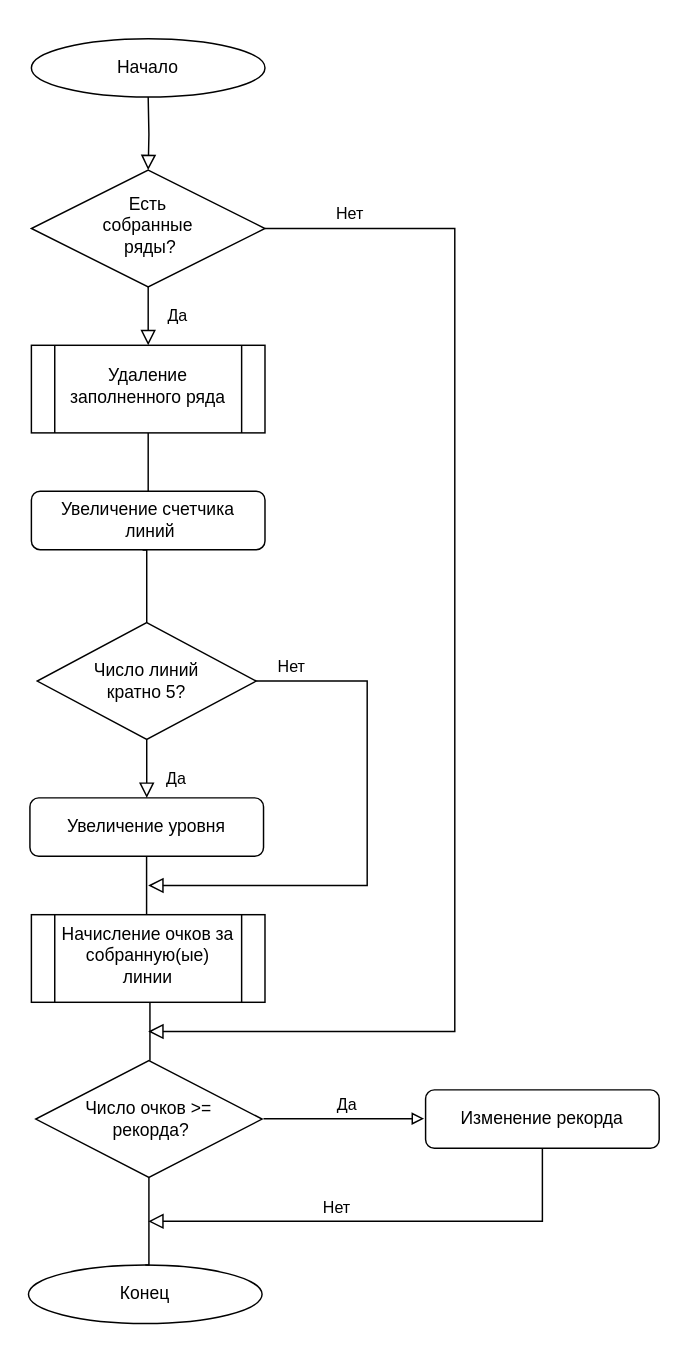
Above: Диаграмма без названия.drawio in SweetPeachBlossom/Visual-Programming (draw.io), before the change. Source tidied: cells renumbered, new cells numbered last; positions are measured from the earlier drawing's top-left corner, leaving out a move shared by most shapes. Both pictures are drawn from the tidied source at 146%, with x=0, y=0 at pixel (28, 38).
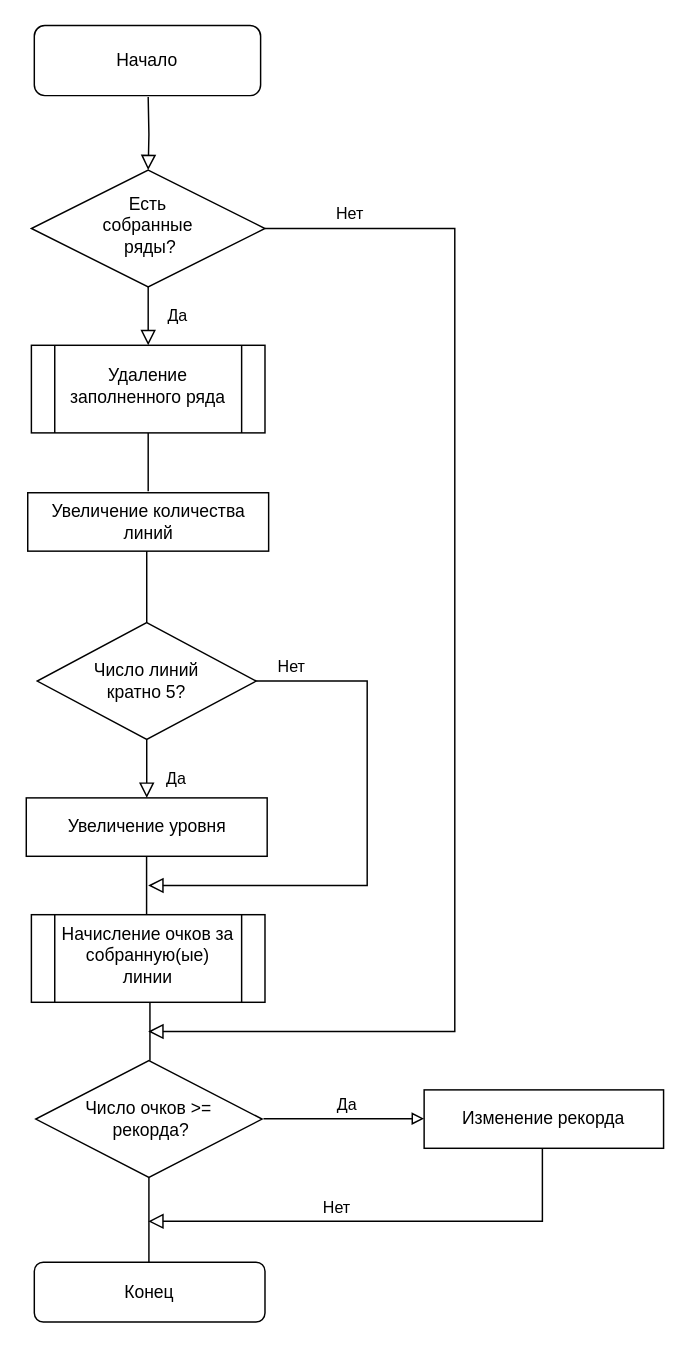
The same page after the edit.

The change refers to these unchanged cells:
```xml
<mxCell id="7" value="Удаление заполненного ряда" style="whiteSpace=wrap;html=1;shadow=0;fontFamily=Helvetica;fontSize=12;align=center;strokeWidth=1;spacing=6;spacingTop=-4;shape=process;backgroundOutline=1;" parent="1" vertex="1">
  <mxGeometry x="2" y="210" width="160" height="60" as="geometry" />
</mxCell>
<mxCell id="10" value="Число линий &lt;br&gt;кратно 5?" style="rhombus;whiteSpace=wrap;html=1;" parent="1" vertex="1">
  <mxGeometry x="6" y="400" width="150" height="80" as="geometry" />
</mxCell>
<mxCell id="17" value="Число очков &amp;gt;=&lt;br&gt;&amp;nbsp;рекорда?" style="rhombus;whiteSpace=wrap;html=1;" parent="1" vertex="1">
  <mxGeometry x="5" y="700" width="155" height="80" as="geometry" />
</mxCell>
```

What changed in the source:
```diff
@@
-    <mxCell id="5" style="rounded=0;html=1;jettySize=auto;fontSize=11;endArrow=none;endFill=0;endSize=8;strokeWidth=1;shadow=0;labelBackgroundColor=none;edgeStyle=orthogonalEdgeStyle;" parent="1" edge="1" source="7" target="8">
-      <mxGeometry x="0.33" y="20" relative="1" as="geometry" />
+    <mxCell id="5" style="rounded=0;html=1;jettySize=auto;fontSize=11;endArrow=none;endFill=0;endSize=8;strokeWidth=1;shadow=0;labelBackgroundColor=none;edgeStyle=orthogonalEdgeStyle;" parent="1" edge="1" source="7">
+      <mxGeometry x="0.33" y="20" relative="1" as="geometry">
+        <mxPoint x="82" y="310" as="targetPoint" />
+      </mxGeometry>
     </mxCell>
@@
-    <mxCell id="8" value="Увеличение счетчика&lt;br&gt;&amp;nbsp;линий" style="rounded=1;whiteSpace=wrap;html=1;fontSize=12;glass=0;strokeWidth=1;shadow=0;" parent="1" vertex="1">
-      <mxGeometry x="2" y="310" width="160" height="40" as="geometry" />
-    </mxCell>
-    <mxCell id="9" value="Начало" style="ellipse;whiteSpace=wrap;html=1;" parent="1" vertex="1">
-      <mxGeometry x="2" width="160" height="40" as="geometry" />
-    </mxCell>
@@
-    <mxCell id="11" style="rounded=0;html=1;jettySize=auto;fontSize=11;endArrow=none;endFill=0;endSize=8;strokeWidth=1;shadow=0;labelBackgroundColor=none;edgeStyle=orthogonalEdgeStyle;exitX=0.476;exitY=1.004;exitDx=0;exitDy=0;entryX=0.5;entryY=0;entryDx=0;entryDy=0;exitPerimeter=0;" parent="1" edge="1" source="8" target="10">
+    <mxCell id="11" style="rounded=0;html=1;jettySize=auto;fontSize=11;endArrow=none;endFill=0;endSize=8;strokeWidth=1;shadow=0;labelBackgroundColor=none;edgeStyle=orthogonalEdgeStyle;exitX=0.476;exitY=1.004;exitDx=0;exitDy=0;entryX=0.5;entryY=0;entryDx=0;entryDy=0;exitPerimeter=0;" parent="1" edge="1" target="10">
       <mxGeometry x="0.33" y="20" relative="1" as="geometry">
+        <mxPoint x="78.2" y="350.2" as="sourcePoint" />
         <Array as="points">
           <mxPoint x="81" y="350" />
         </Array>
       </mxGeometry>
     </mxCell>
@@
-    <mxCell id="14" value="Увеличение уровня" style="rounded=1;whiteSpace=wrap;html=1;fontSize=12;glass=0;strokeWidth=1;shadow=0;" parent="1" vertex="1">
-      <mxGeometry x="1" y="520" width="160" height="40" as="geometry" />
-    </mxCell>
-    <mxCell id="15" value="Да" style="rounded=0;html=1;jettySize=auto;fontSize=11;endArrow=block;endFill=0;endSize=8;strokeWidth=1;shadow=0;labelBackgroundColor=none;edgeStyle=orthogonalEdgeStyle;entryX=0.5;entryY=0;entryDx=0;entryDy=0;exitX=0.5;exitY=1;exitDx=0;exitDy=0;" parent="1" edge="1" source="10" target="14">
+    <mxCell id="15" value="Да" style="rounded=0;html=1;jettySize=auto;fontSize=11;endArrow=block;endFill=0;endSize=8;strokeWidth=1;shadow=0;labelBackgroundColor=none;edgeStyle=orthogonalEdgeStyle;entryX=0.5;entryY=0;entryDx=0;entryDy=0;exitX=0.5;exitY=1;exitDx=0;exitDy=0;" parent="1" edge="1" source="10">
       <mxGeometry x="0.33" y="20" relative="1" as="geometry">
+        <mxPoint x="81" y="520" as="targetPoint" />
         <Array as="points">
           <mxPoint x="81" y="490" />
           <mxPoint x="81" y="490" />
         </Array>
       </mxGeometry>
     </mxCell>
@@
-    <mxCell id="18" value="Конец" style="ellipse;whiteSpace=wrap;html=1;" parent="1" vertex="1">
-      <mxGeometry y="840" width="160" height="40" as="geometry" />
-    </mxCell>
@@
-    <mxCell id="22" value="Изменение рекорда" style="rounded=1;whiteSpace=wrap;html=1;fontSize=12;glass=0;strokeWidth=1;shadow=0;" parent="1" vertex="1">
-      <mxGeometry x="272" y="720" width="160" height="40" as="geometry" />
-    </mxCell>
-    <mxCell id="23" style="edgeStyle=orthogonalEdgeStyle;rounded=0;html=1;jettySize=auto;fontSize=11;endArrow=block;endFill=0;endSize=8;strokeWidth=1;shadow=0;labelBackgroundColor=none;exitX=0.5;exitY=1;exitDx=0;exitDy=0;" parent="1" edge="1" source="22">
+    <mxCell id="23" style="edgeStyle=orthogonalEdgeStyle;rounded=0;html=1;jettySize=auto;orthogonalLoop=1;fontSize=11;endArrow=block;endFill=0;endSize=8;strokeWidth=1;shadow=0;labelBackgroundColor=none;exitX=0.5;exitY=1;exitDx=0;exitDy=0;" parent="1" edge="1">
       <mxGeometry x="-0.87" y="10" relative="1" as="geometry">
+        <mxPoint x="352" y="760" as="sourcePoint" />
         <mxPoint x="82" y="810" as="targetPoint" />
         <Array as="points">
           <mxPoint x="352" y="810" />
         </Array>
       </mxGeometry>
     </mxCell>
@@
-    <mxCell id="25" style="html=1;jettySize=auto;fontSize=11;endArrow=none;endFill=0;strokeWidth=1;shadow=0;labelBackgroundColor=none;edgeStyle=orthogonalEdgeStyle;entryX=0.5;entryY=0;entryDx=0;entryDy=0;exitX=0.5;exitY=1;exitDx=0;exitDy=0;strokeColor=default;rounded=0;" parent="1" edge="1" source="17" target="18">
+    <mxCell id="25" style="html=1;jettySize=auto;fontSize=11;endArrow=none;endFill=0;strokeWidth=1;shadow=0;labelBackgroundColor=none;edgeStyle=orthogonalEdgeStyle;entryX=0.5;entryY=0;entryDx=0;entryDy=0;exitX=0.5;exitY=1;exitDx=0;exitDy=0;strokeColor=default;rounded=0;" parent="1" edge="1" source="17">
       <mxGeometry x="0.33" y="20" relative="1" as="geometry">
+        <mxPoint x="80" y="840" as="targetPoint" />
         <Array as="points">
           <mxPoint x="82" y="840" />
         </Array>
       </mxGeometry>
     </mxCell>
+    <mxCell id="22" value="Изменение рекорда" style="rounded=0;whiteSpace=wrap;html=1;" parent="1" vertex="1">
+      <mxGeometry x="271" y="720" width="164" height="40" as="geometry" />
+    </mxCell>
+    <mxCell id="18" value="Конец" style="rounded=1;whiteSpace=wrap;html=1;" parent="1" vertex="1">
+      <mxGeometry x="4" y="838" width="158" height="41" as="geometry" />
+    </mxCell>
+    <mxCell id="14" value="Увеличение уровня" style="rounded=0;whiteSpace=wrap;html=1;" parent="1" vertex="1">
+      <mxGeometry x="-1.5" y="520" width="165" height="40" as="geometry" />
+    </mxCell>
+    <mxCell id="26" value="Увеличение количества линий" style="rounded=0;whiteSpace=wrap;html=1;" parent="1" vertex="1">
+      <mxGeometry x="-0.5" y="311" width="165" height="40" as="geometry" />
+    </mxCell>
+    <mxCell id="9" value="Начало" style="rounded=1;whiteSpace=wrap;html=1;" parent="1" vertex="1">
+      <mxGeometry x="4" y="-9" width="155" height="48" as="geometry" />
+    </mxCell>
```
